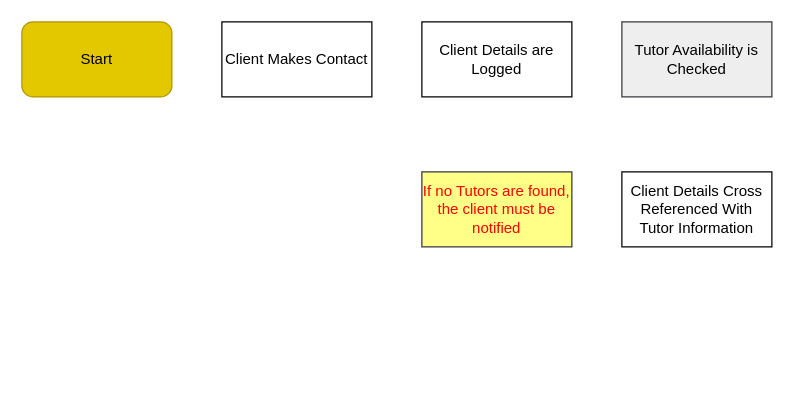
Read-Jake/Read-Jake keeps this draw.io diagram as Process Diagram.drawio. Above is the earlier version. Source tidied: cells renumbered, new cells numbered last; positions are measured from the earlier drawing's top-left corner, leaving out a move shared by most shapes. Both pictures are drawn from the tidied source at 125%, with x=0, y=0 at pixel (21, 21).
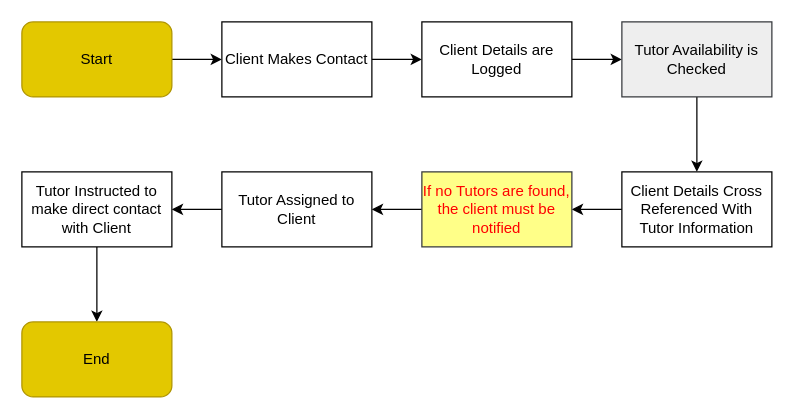
The same diagram, later.

Change to the diagram source:
```diff
@@
 <mxGraphModel>
   <root>
     <mxCell id="0" />
     <mxCell id="1" parent="0" />
+    <mxCell id="8" style="edgeStyle=orthogonalEdgeStyle;rounded=0;jettySize=auto;html=1;exitX=1;exitY=0.5;exitDx=0;exitDy=0;entryX=0;entryY=0.5;entryDx=0;entryDy=0;fontColor=#000000;" parent="1" edge="1" source="2" target="3">
+      <mxGeometry relative="1" as="geometry" />
+    </mxCell>
     <mxCell id="2" value="Start" style="rounded=1;whiteSpace=wrap;html=1;fillColor=#e3c800;fontColor=#000000;strokeColor=#B09500;" parent="1" vertex="1">
       <mxGeometry width="120" height="60" as="geometry" />
     </mxCell>
+    <mxCell id="9" style="edgeStyle=orthogonalEdgeStyle;rounded=0;jettySize=auto;html=1;exitX=1;exitY=0.5;exitDx=0;exitDy=0;entryX=0;entryY=0.5;entryDx=0;entryDy=0;fontColor=#000000;" parent="1" edge="1" source="3" target="4">
+      <mxGeometry relative="1" as="geometry" />
+    </mxCell>
     <mxCell id="3" value="Client Makes Contact" style="rounded=0;whiteSpace=wrap;html=1;" parent="1" vertex="1">
       <mxGeometry x="160" width="120" height="60" as="geometry" />
     </mxCell>
+    <mxCell id="10" style="edgeStyle=orthogonalEdgeStyle;rounded=0;jettySize=auto;html=1;exitX=1;exitY=0.5;exitDx=0;exitDy=0;fontColor=#000000;" parent="1" edge="1" source="4" target="5">
+      <mxGeometry relative="1" as="geometry" />
+    </mxCell>
     <mxCell id="4" value="Client Details are Logged" style="rounded=0;whiteSpace=wrap;html=1;" parent="1" vertex="1">
       <mxGeometry x="320" width="120" height="60" as="geometry" />
     </mxCell>
+    <mxCell id="11" style="edgeStyle=orthogonalEdgeStyle;rounded=0;jettySize=auto;html=1;exitX=0.5;exitY=1;exitDx=0;exitDy=0;entryX=0.5;entryY=0;entryDx=0;entryDy=0;fontColor=#000000;" parent="1" edge="1" source="5" target="6">
+      <mxGeometry relative="1" as="geometry" />
+    </mxCell>
     <mxCell id="5" value="Tutor Availability is Checked" style="rounded=0;whiteSpace=wrap;html=1;fillColor=#eeeeee;strokeColor=#36393d;" parent="1" vertex="1">
       <mxGeometry x="480" width="120" height="60" as="geometry" />
     </mxCell>
+    <mxCell id="12" style="edgeStyle=orthogonalEdgeStyle;rounded=0;jettySize=auto;html=1;exitX=0;exitY=0.5;exitDx=0;exitDy=0;entryX=1;entryY=0.5;entryDx=0;entryDy=0;fontColor=#000000;" parent="1" edge="1" source="6" target="7">
+      <mxGeometry relative="1" as="geometry" />
+    </mxCell>
     <mxCell id="6" value="Client Details Cross Referenced With Tutor Information" style="rounded=0;whiteSpace=wrap;html=1;" parent="1" vertex="1">
       <mxGeometry x="480" y="120" width="120" height="60" as="geometry" />
     </mxCell>
+    <mxCell id="13" style="edgeStyle=orthogonalEdgeStyle;rounded=0;jettySize=auto;html=1;exitX=0;exitY=0.5;exitDx=0;exitDy=0;entryX=1;entryY=0.5;entryDx=0;entryDy=0;fontColor=#000000;" parent="1" edge="1" source="7" target="15">
+      <mxGeometry relative="1" as="geometry" />
+    </mxCell>
     <mxCell id="7" value="&lt;font color=&quot;#ff0000&quot;&gt;If no Tutors are found, the client must be notified&lt;/font&gt;" style="rounded=0;whiteSpace=wrap;html=1;fillColor=#ffff88;strokeColor=#36393d;" parent="1" vertex="1">
       <mxGeometry x="320" y="120" width="120" height="60" as="geometry" />
     </mxCell>
+    <mxCell id="14" style="edgeStyle=orthogonalEdgeStyle;rounded=0;jettySize=auto;html=1;exitX=0;exitY=0.5;exitDx=0;exitDy=0;entryX=1;entryY=0.5;entryDx=0;entryDy=0;fontColor=#000000;" parent="1" edge="1" source="15" target="17">
+      <mxGeometry relative="1" as="geometry" />
+    </mxCell>
+    <mxCell id="15" value="&lt;font color=&quot;#000000&quot;&gt;Tutor Assigned to Client&lt;/font&gt;" style="rounded=0;whiteSpace=wrap;html=1;fontColor=#FF0000;" parent="1" vertex="1">
+      <mxGeometry x="160" y="120" width="120" height="60" as="geometry" />
+    </mxCell>
+    <mxCell id="16" style="edgeStyle=orthogonalEdgeStyle;rounded=0;jettySize=auto;html=1;exitX=0.5;exitY=1;exitDx=0;exitDy=0;entryX=0.5;entryY=0;entryDx=0;entryDy=0;fontColor=#000000;" parent="1" edge="1" source="17" target="18">
+      <mxGeometry relative="1" as="geometry" />
+    </mxCell>
+    <mxCell id="17" value="Tutor Instructed to make direct contact with Client" style="rounded=0;whiteSpace=wrap;html=1;fontColor=#000000;" parent="1" vertex="1">
+      <mxGeometry y="120" width="120" height="60" as="geometry" />
+    </mxCell>
+    <mxCell id="18" value="End" style="rounded=1;whiteSpace=wrap;html=1;fontColor=#000000;fillColor=#e3c800;strokeColor=#B09500;" parent="1" vertex="1">
+      <mxGeometry y="240" width="120" height="60" as="geometry" />
+    </mxCell>
   </root>
 </mxGraphModel>
```
